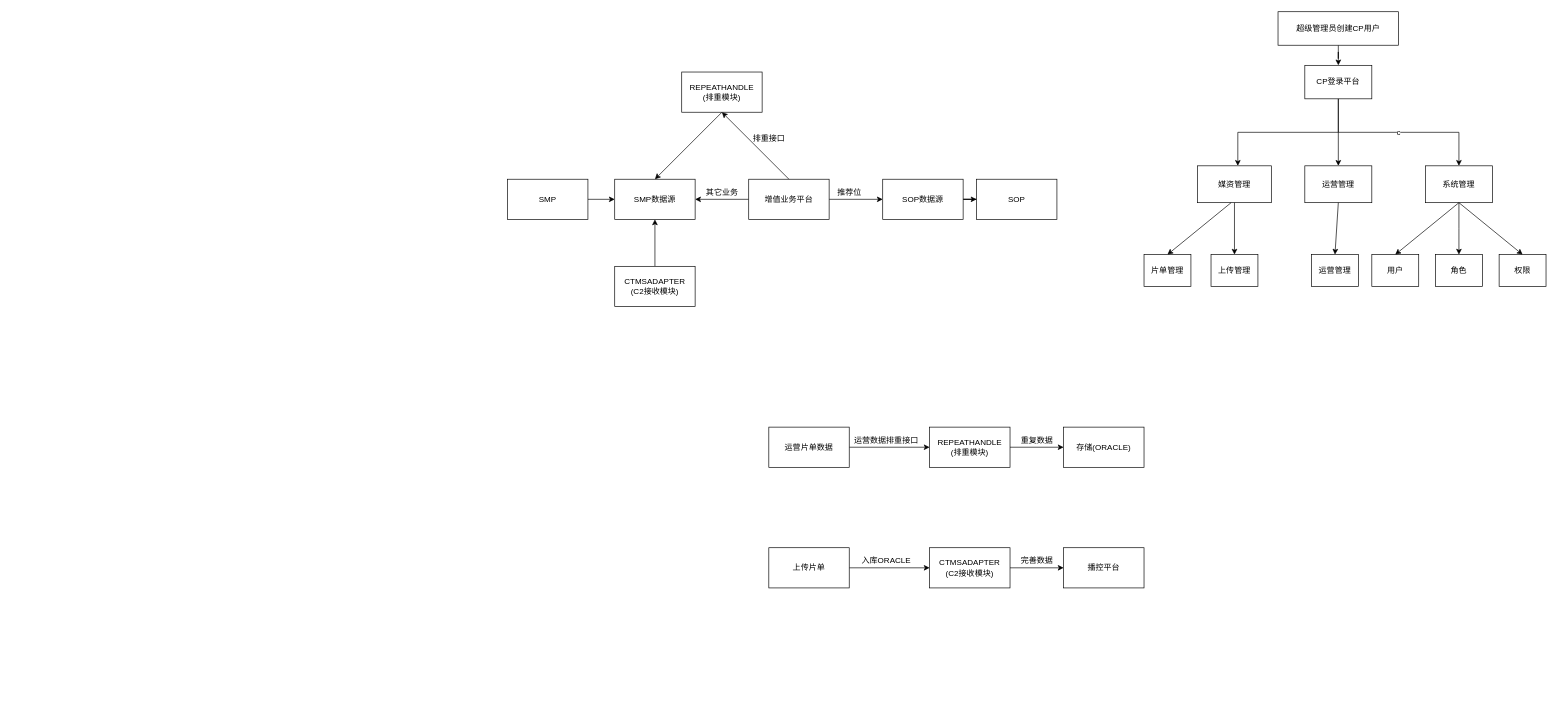
utscgeorge/processitemtest keeps this draw.io diagram as VASP结构图.drawio. Above is the earlier version. Source tidied: cells renumbered, new cells numbered last; positions are measured from the earlier drawing's top-left corner, leaving out a move shared by most shapes. Both pictures are drawn from the tidied source at 67%, with x=0, y=0 at pixel (507, 11).
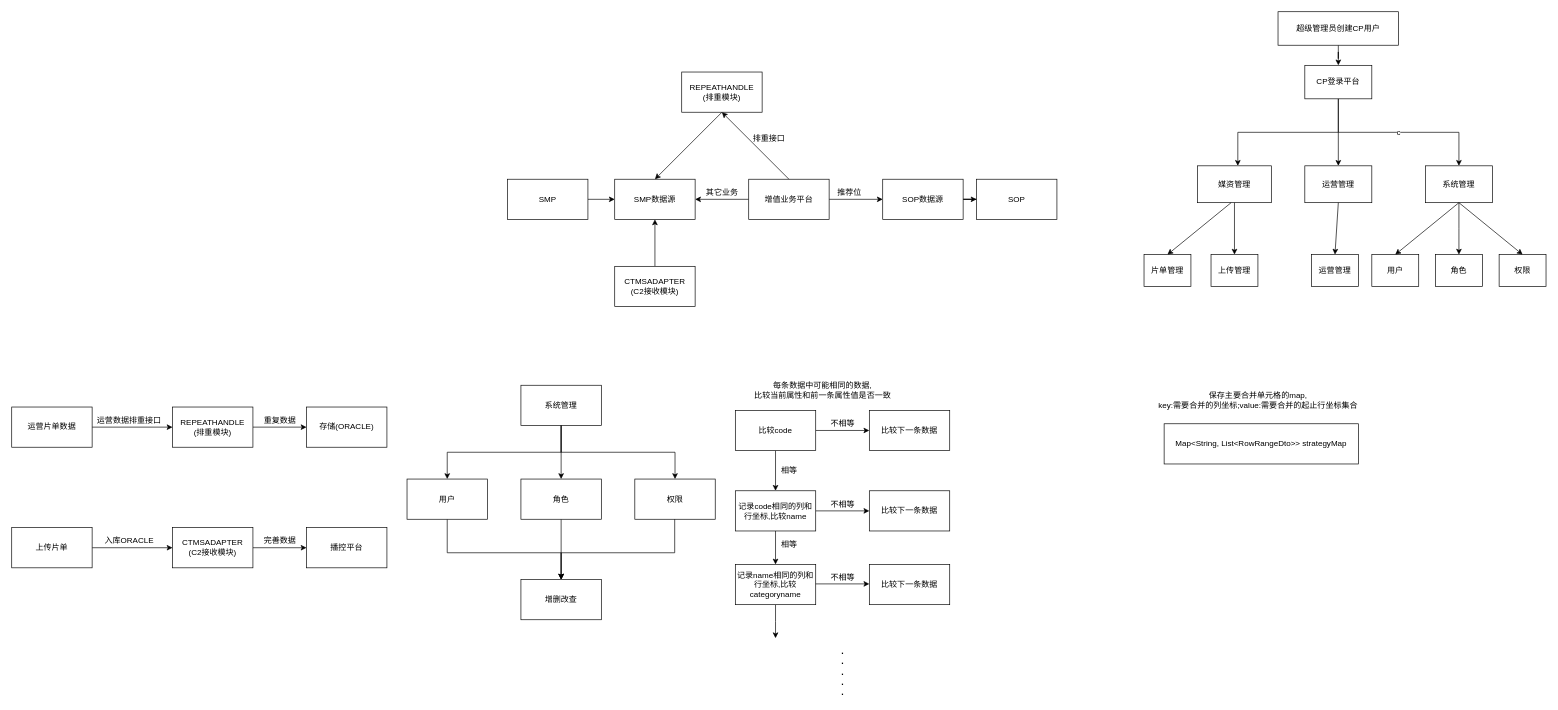
After the change.

Diff of the diagram source:
```diff
@@
     <mxCell id="18" value="运营片单数据" style="rounded=0;whiteSpace=wrap;html=1;" parent="1" vertex="1">
-      <mxGeometry x="390" y="620" width="120" height="60" as="geometry" />
+      <mxGeometry x="-740" y="590" width="120" height="60" as="geometry" />
     </mxCell>
@@
     <mxCell id="20" value="REPEATHANDLE&lt;br&gt;(排重模块)" style="whiteSpace=wrap;html=1;rounded=0;" parent="1" vertex="1">
-      <mxGeometry x="630" y="620" width="120" height="60" as="geometry" />
+      <mxGeometry x="-500" y="590" width="120" height="60" as="geometry" />
     </mxCell>
     <mxCell id="21" value="运营数据排重接口" style="text;html=1;align=center;verticalAlign=middle;" parent="1" vertex="1">
-      <mxGeometry x="510" y="630" width="110" height="20" as="geometry" />
+      <mxGeometry x="-620" y="600" width="110" height="20" as="geometry" />
     </mxCell>
     <mxCell id="22" value="存储(ORACLE)" style="whiteSpace=wrap;html=1;rounded=0;" parent="1" vertex="1">
-      <mxGeometry x="830" y="620" width="120" height="60" as="geometry" />
+      <mxGeometry x="-300" y="590" width="120" height="60" as="geometry" />
     </mxCell>
     <mxCell id="23" value="重复数据" style="text;html=1;align=center;verticalAlign=middle;" parent="1" vertex="1">
-      <mxGeometry x="760" y="630" width="60" height="20" as="geometry" />
+      <mxGeometry x="-370" y="600" width="60" height="20" as="geometry" />
     </mxCell>
@@
     <mxCell id="31" value="上传片单" style="rounded=0;whiteSpace=wrap;html=1;" parent="1" vertex="1">
-      <mxGeometry x="390" y="800" width="120" height="60" as="geometry" />
+      <mxGeometry x="-740" y="770" width="120" height="60" as="geometry" />
     </mxCell>
@@
     <mxCell id="33" value="CTMSADAPTER&lt;br&gt;(C2接收模块)" style="whiteSpace=wrap;html=1;rounded=0;" parent="1" vertex="1">
-      <mxGeometry x="630" y="800" width="120" height="60" as="geometry" />
+      <mxGeometry x="-500" y="770" width="120" height="60" as="geometry" />
     </mxCell>
     <mxCell id="34" value="入库ORACLE" style="text;html=1;align=center;verticalAlign=middle;" parent="1" vertex="1">
-      <mxGeometry x="520" y="810" width="90" height="20" as="geometry" />
+      <mxGeometry x="-610" y="780" width="90" height="20" as="geometry" />
     </mxCell>
     <mxCell id="35" value="播控平台" style="whiteSpace=wrap;html=1;rounded=0;" parent="1" vertex="1">
-      <mxGeometry x="830" y="800" width="120" height="60" as="geometry" />
+      <mxGeometry x="-300" y="770" width="120" height="60" as="geometry" />
     </mxCell>
     <mxCell id="36" value="完善数据" style="text;html=1;align=center;verticalAlign=middle;" parent="1" vertex="1">
-      <mxGeometry x="760" y="810" width="60" height="20" as="geometry" />
+      <mxGeometry x="-370" y="780" width="60" height="20" as="geometry" />
     </mxCell>
@@
+    <mxCell id="54" style="edgeStyle=orthogonalEdgeStyle;rounded=0;jettySize=auto;html=1;" parent="1" edge="1" source="55" target="57">
+      <mxGeometry relative="1" as="geometry" />
+    </mxCell>
+    <mxCell id="55" value="系统管理" style="rounded=0;whiteSpace=wrap;html=1;" parent="1" vertex="1">
+      <mxGeometry x="20" y="557.5" width="120" height="60" as="geometry" />
+    </mxCell>
+    <mxCell id="56" style="edgeStyle=orthogonalEdgeStyle;rounded=0;jettySize=auto;html=1;" parent="1" edge="1" source="57" target="63">
+      <mxGeometry relative="1" as="geometry" />
+    </mxCell>
+    <mxCell id="57" value="角色" style="rounded=0;whiteSpace=wrap;html=1;" parent="1" vertex="1">
+      <mxGeometry x="20" y="697.5" width="120" height="60" as="geometry" />
+    </mxCell>
+    <mxCell id="58" value="权限" style="rounded=0;whiteSpace=wrap;html=1;" parent="1" vertex="1">
+      <mxGeometry x="190" y="697.5" width="120" height="60" as="geometry" />
+    </mxCell>
+    <mxCell id="59" style="edgeStyle=orthogonalEdgeStyle;rounded=0;jettySize=auto;html=1;" parent="1" edge="1" source="60" target="63">
+      <mxGeometry relative="1" as="geometry">
+        <Array as="points">
+          <mxPoint x="-90" y="807.5" />
+          <mxPoint x="80" y="807.5" />
+        </Array>
+      </mxGeometry>
+    </mxCell>
+    <mxCell id="60" value="用户" style="rounded=0;whiteSpace=wrap;html=1;" parent="1" vertex="1">
+      <mxGeometry x="-150" y="697.5" width="120" height="60" as="geometry" />
+    </mxCell>
+    <mxCell id="61" style="edgeStyle=orthogonalEdgeStyle;rounded=0;jettySize=auto;html=1;entryX=0.5;entryY=0;entryDx=0;entryDy=0;exitX=0.5;exitY=1;exitDx=0;exitDy=0;" parent="1" edge="1" source="55" target="60">
+      <mxGeometry relative="1" as="geometry" />
+    </mxCell>
+    <mxCell id="62" style="edgeStyle=orthogonalEdgeStyle;rounded=0;jettySize=auto;html=1;" parent="1" edge="1" target="58">
+      <mxGeometry relative="1" as="geometry">
+        <mxPoint x="80" y="617.5" as="sourcePoint" />
+        <Array as="points">
+          <mxPoint x="80" y="657.5" />
+          <mxPoint x="250" y="657.5" />
+        </Array>
+      </mxGeometry>
+    </mxCell>
+    <mxCell id="63" value="增删改查" style="rounded=0;whiteSpace=wrap;html=1;" parent="1" vertex="1">
+      <mxGeometry x="20" y="847.5" width="120" height="60" as="geometry" />
+    </mxCell>
+    <mxCell id="64" style="edgeStyle=orthogonalEdgeStyle;rounded=0;jettySize=auto;html=1;entryX=0.5;entryY=0;entryDx=0;entryDy=0;" parent="1" edge="1" target="63">
+      <mxGeometry relative="1" as="geometry">
+        <mxPoint x="249.5" y="757.5" as="sourcePoint" />
+        <Array as="points">
+          <mxPoint x="250" y="807.5" />
+          <mxPoint x="80" y="807.5" />
+        </Array>
+      </mxGeometry>
+    </mxCell>
+    <mxCell id="65" style="edgeStyle=orthogonalEdgeStyle;rounded=0;jettySize=auto;html=1;" parent="1" edge="1" source="67" target="71">
+      <mxGeometry relative="1" as="geometry" />
+    </mxCell>
+    <mxCell id="66" style="edgeStyle=orthogonalEdgeStyle;rounded=0;jettySize=auto;html=1;" parent="1" edge="1" source="67" target="73">
+      <mxGeometry relative="1" as="geometry" />
+    </mxCell>
+    <mxCell id="67" value="比较code" style="whiteSpace=wrap;html=1;" parent="1" vertex="1">
+      <mxGeometry x="340" y="595" width="120" height="60" as="geometry" />
+    </mxCell>
+    <mxCell id="68" value="每条数据中可能相同的数据,&lt;br&gt;比较当前属性和前一条属性值是否一致" style="text;html=1;align=center;verticalAlign=middle;strokeColor=none;" parent="1" vertex="1">
+      <mxGeometry x="360" y="550" width="220" height="30" as="geometry" />
+    </mxCell>
+    <mxCell id="69" style="edgeStyle=orthogonalEdgeStyle;rounded=0;jettySize=auto;html=1;" parent="1" edge="1" source="71" target="76">
+      <mxGeometry relative="1" as="geometry" />
+    </mxCell>
+    <mxCell id="70" style="edgeStyle=orthogonalEdgeStyle;rounded=0;jettySize=auto;html=1;" parent="1" edge="1" source="71" target="78">
+      <mxGeometry relative="1" as="geometry" />
+    </mxCell>
+    <mxCell id="71" value="记录code相同的列和行坐标,比较name" style="whiteSpace=wrap;html=1;" parent="1" vertex="1">
+      <mxGeometry x="340" y="715" width="120" height="60" as="geometry" />
+    </mxCell>
+    <mxCell id="72" value="相等" style="text;html=1;align=center;verticalAlign=middle;strokeColor=none;" parent="1" vertex="1">
+      <mxGeometry x="400" y="675" width="40" height="20" as="geometry" />
+    </mxCell>
+    <mxCell id="73" value="比较下一条数据" style="whiteSpace=wrap;html=1;" parent="1" vertex="1">
+      <mxGeometry x="540" y="595" width="120" height="60" as="geometry" />
+    </mxCell>
+    <mxCell id="74" value="不相等" style="text;html=1;align=center;verticalAlign=middle;strokeColor=none;" parent="1" vertex="1">
+      <mxGeometry x="475" y="605" width="50" height="20" as="geometry" />
+    </mxCell>
+    <mxCell id="75" style="edgeStyle=orthogonalEdgeStyle;rounded=0;jettySize=auto;html=1;" parent="1" edge="1" source="76">
+      <mxGeometry relative="1" as="geometry">
+        <mxPoint x="400" y="935" as="targetPoint" />
+      </mxGeometry>
+    </mxCell>
+    <mxCell id="76" value="记录name相同的列和行坐标,比较categoryname" style="whiteSpace=wrap;html=1;" parent="1" vertex="1">
+      <mxGeometry x="340" y="825" width="120" height="60" as="geometry" />
+    </mxCell>
+    <mxCell id="77" value="相等" style="text;html=1;align=center;verticalAlign=middle;strokeColor=none;" parent="1" vertex="1">
+      <mxGeometry x="400" y="785" width="40" height="20" as="geometry" />
+    </mxCell>
+    <mxCell id="78" value="比较下一条数据" style="whiteSpace=wrap;html=1;" parent="1" vertex="1">
+      <mxGeometry x="540" y="715" width="120" height="60" as="geometry" />
+    </mxCell>
+    <mxCell id="79" value="不相等" style="text;html=1;align=center;verticalAlign=middle;strokeColor=none;" parent="1" vertex="1">
+      <mxGeometry x="475" y="725" width="50" height="20" as="geometry" />
+    </mxCell>
+    <mxCell id="80" value="比较下一条数据" style="whiteSpace=wrap;html=1;" parent="1" vertex="1">
+      <mxGeometry x="540" y="825" width="120" height="60" as="geometry" />
+    </mxCell>
+    <mxCell id="81" value="不相等" style="text;html=1;align=center;verticalAlign=middle;strokeColor=none;" parent="1" vertex="1">
+      <mxGeometry x="475" y="835" width="50" height="20" as="geometry" />
+    </mxCell>
+    <mxCell id="82" style="edgeStyle=orthogonalEdgeStyle;rounded=0;orthogonalLoop=1;jettySize=auto;html=1;" parent="1" edge="1">
+      <mxGeometry relative="1" as="geometry">
+        <mxPoint x="460" y="854" as="sourcePoint" />
+        <mxPoint x="540" y="854" as="targetPoint" />
+      </mxGeometry>
+    </mxCell>
+    <mxCell id="83" value="&lt;font style=&quot;font-size: 13px&quot;&gt;&lt;b&gt;.&lt;br&gt;.&lt;br&gt;.&lt;br&gt;.&lt;br&gt;.&lt;/b&gt;&lt;/font&gt;" style="text;html=1;align=center;verticalAlign=middle;strokeColor=none;" parent="1" vertex="1">
+      <mxGeometry x="490" y="945" width="20" height="80" as="geometry" />
+    </mxCell>
+    <mxCell id="84" value="保存主要合并单元格的map,&lt;br&gt;key:需要合并的列坐标;value:需要合并的起止行坐标集合" style="text;html=1;align=center;verticalAlign=middle;strokeColor=none;" parent="1" vertex="1">
+      <mxGeometry x="965" y="565" width="310" height="30" as="geometry" />
+    </mxCell>
+    <mxCell id="85" value="Map&amp;lt;String, List&amp;lt;RowRangeDto&amp;gt;&amp;gt; strategyMap" style="whiteSpace=wrap;html=1;" parent="1" vertex="1">
+      <mxGeometry x="980" y="615" width="290" height="60" as="geometry" />
+    </mxCell>
```
